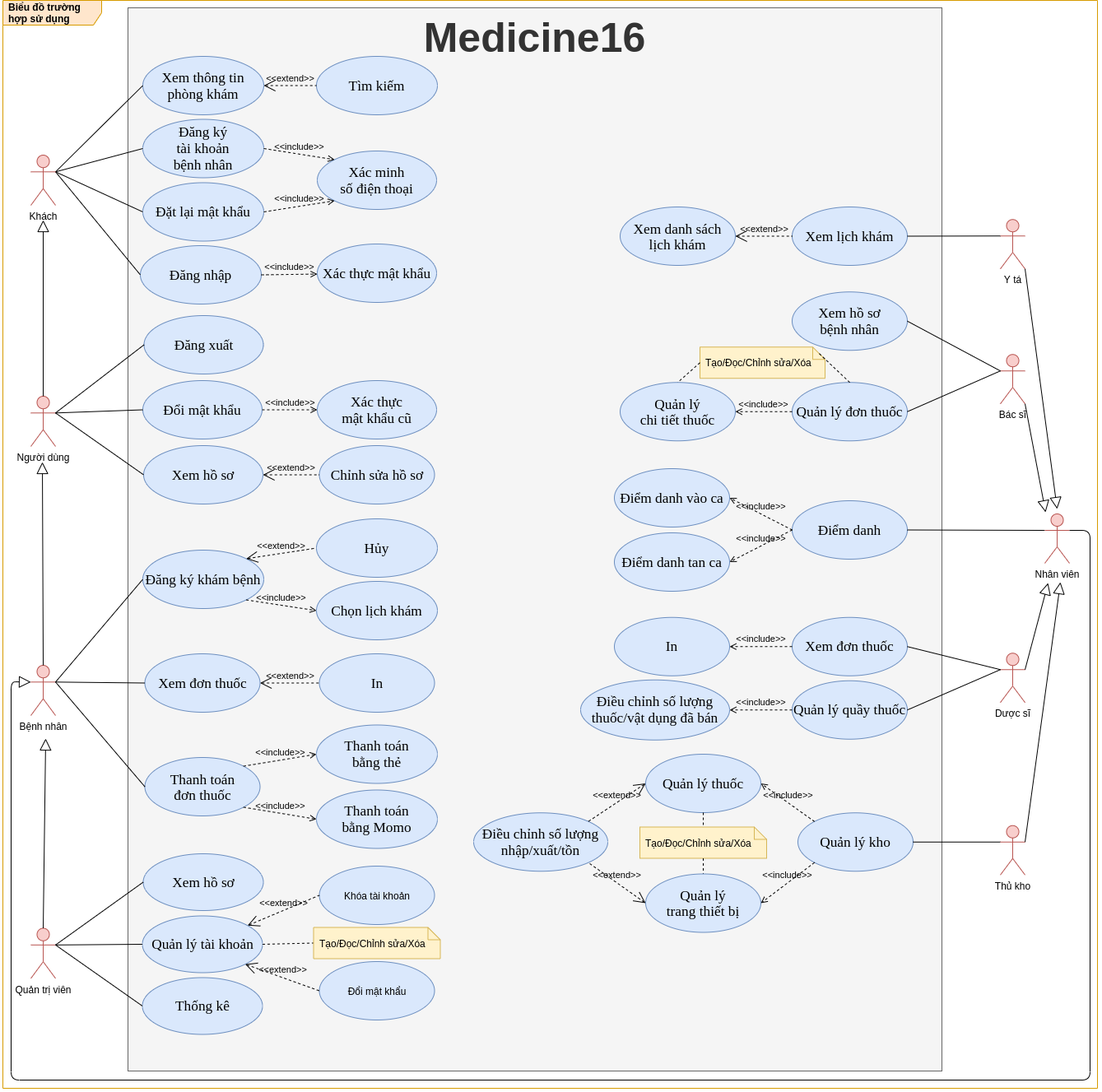
Before: images/Use Case Diagram.png, a diagram exported from draw.io (luclegen/medicine16). Source tidied: cells renumbered, new cells last; positions are measured from the earlier drawing's top-left corner, leaving out a move shared by most shapes.
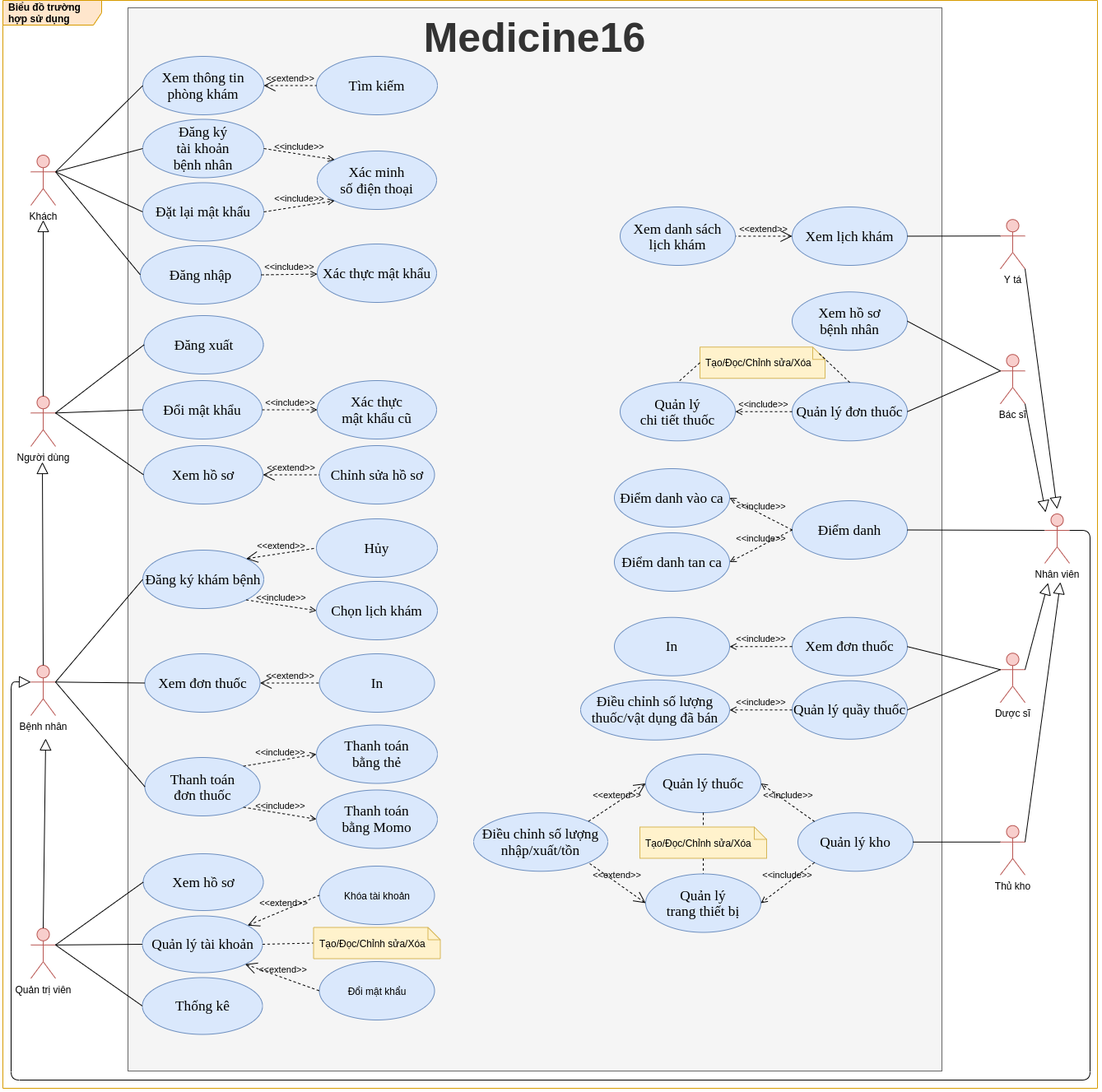
The same diagram one commit later.

Commit message:
Update Use Case Diagram

What changed in the source:
```diff
@@ -356,7 +356,7 @@
         </Array>
       </mxGeometry>
     </mxCell>
-    <mxCell id="113" value="&amp;lt;&amp;lt;extend&amp;gt;&amp;gt;" style="edgeStyle=none;html=1;startArrow=open;endArrow=none;startSize=12;verticalAlign=bottom;dashed=1;labelBackgroundColor=none;entryX=0;entryY=0.5;entryDx=0;entryDy=0;" parent="1" edge="1" source="114" target="59">
+    <mxCell id="113" value="&amp;lt;&amp;lt;extend&amp;gt;&amp;gt;" style="edgeStyle=none;html=1;startArrow=open;endArrow=none;startSize=12;verticalAlign=bottom;dashed=1;labelBackgroundColor=none;exitX=0;exitY=0.5;exitDx=0;exitDy=0;" parent="1" edge="1" source="59" target="114">
       <mxGeometry relative="1" as="geometry" />
     </mxCell>
     <mxCell id="114" value="&lt;span style=&quot;font-size: 13.0pt ; line-height: 115% ; font-family: &amp;#34;times new roman&amp;#34; , serif&quot;&gt;Xem danh sách&lt;br&gt;lịch khám&lt;/span&gt;" style="ellipse;whiteSpace=wrap;html=1;fillColor=#dae8fc;strokeColor=#6c8ebf;" parent="1" vertex="1">
```
